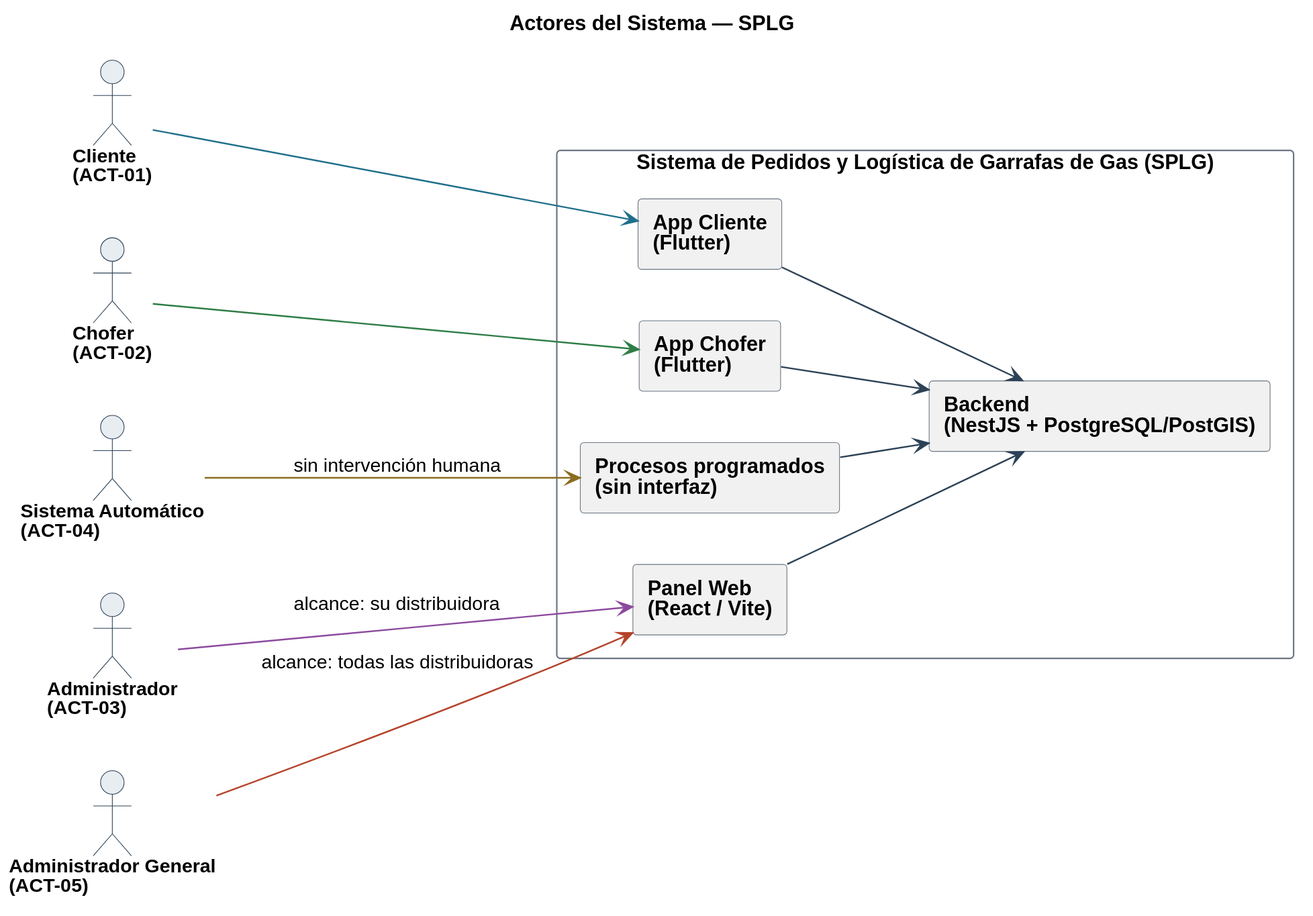
Earlier version of the PlantUML export diagramas/uml/CU_Sistema_Actores.svg (Nahuelito-Dev/splg-docs).
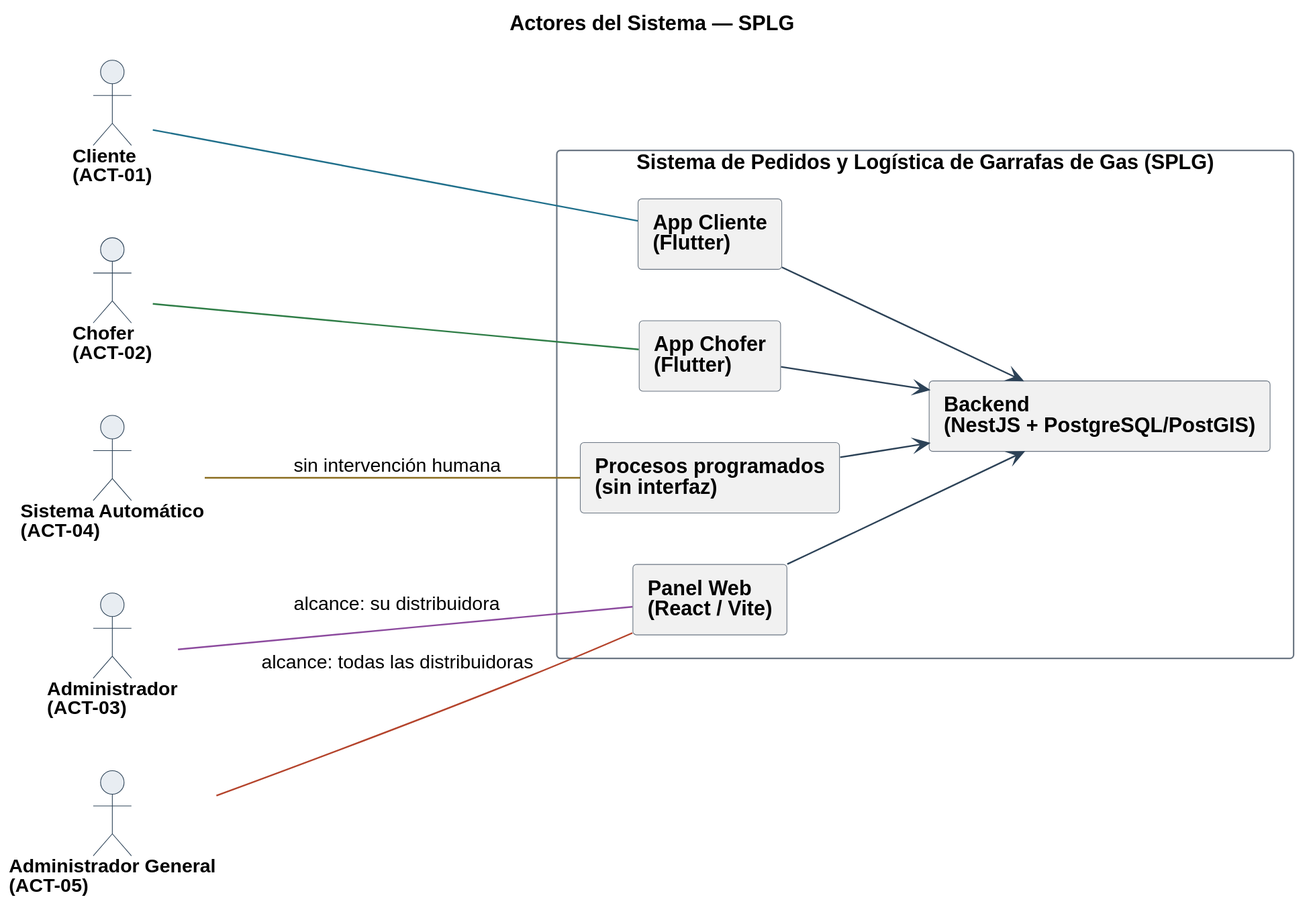
The same file after the commit.

Diff of the diagram source:
```diff
@@ -39,11 +39,11 @@
   rectangle "Backend\n(NestJS + PostgreSQL/PostGIS)" as BACK
 }
 
-A01 -[#1F6F8B]-> APPC
-A02 -[#2E7D46]-> APPD
-A03 -[#8C4A9E]-> PANEL : alcance: su distribuidora
-A05 -[#B4432B]-> PANEL : alcance: todas las distribuidoras
-A04 -[#8A6D1F]-> PROC : sin intervención humana
+A01 -[#1F6F8B]- APPC
+A02 -[#2E7D46]- APPD
+A03 -[#8C4A9E]- PANEL : alcance: su distribuidora
+A05 -[#B4432B]- PANEL : alcance: todas las distribuidoras
+A04 -[#8A6D1F]- PROC : sin intervención humana
 
 APPC --> BACK
 APPD --> BACK
```
